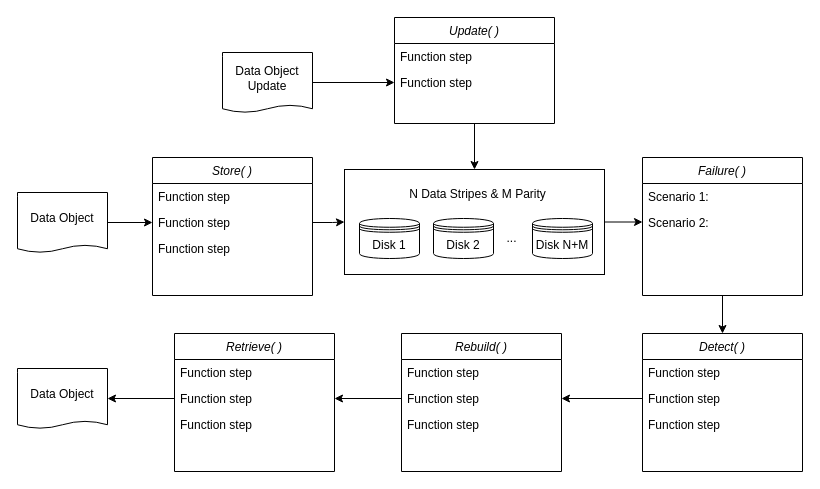
Above: flow.drawio in siyue-zhang/RAID6-CE7490 (draw.io), before the change. Source tidied: cells renumbered, new cells numbered last; positions are measured from the earlier drawing's top-left corner, leaving out a move shared by most shapes. Both pictures are drawn from the tidied source at 100%, with x=0, y=0 at pixel (17, 17).
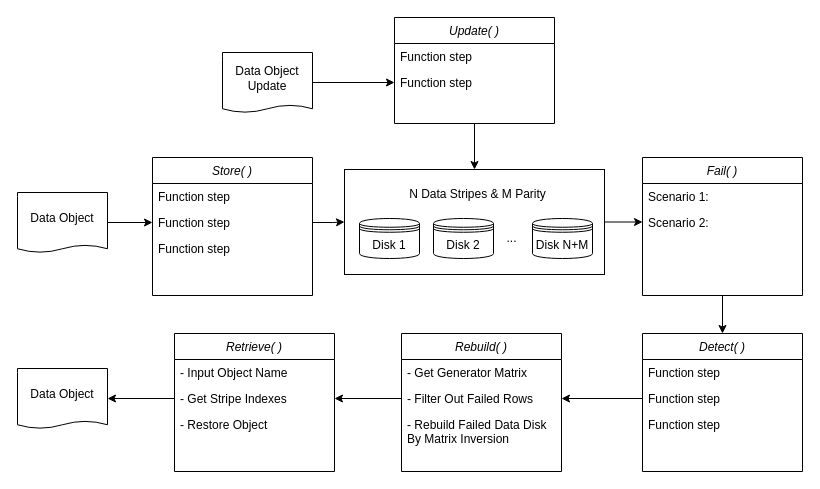
Above is the later version.

Unchanged cells that the change refers to:
```xml
<mxCell id="19" value="Rebuild( )" style="swimlane;fontStyle=2;align=center;verticalAlign=top;horizontal=1;startSize=26;rounded=0;shadow=0;strokeWidth=1;" parent="1" vertex="1">
  <mxGeometry x="384" y="316" width="160" height="138" as="geometry" />
</mxCell>
<mxCell id="29" value="Retrieve( )" style="swimlane;fontStyle=2;align=center;verticalAlign=top;horizontal=1;startSize=26;rounded=0;shadow=0;strokeWidth=1;" parent="1" vertex="1">
  <mxGeometry x="157" y="316" width="160" height="138" as="geometry" />
</mxCell>
```

Change to the diagram source:
```diff
@@
-    <mxCell id="16" value="Failure( )" style="swimlane;fontStyle=2;align=center;verticalAlign=top;horizontal=1;startSize=26;rounded=0;shadow=0;strokeWidth=1;" parent="1" vertex="1">
+    <mxCell id="16" value="Fail( )" style="swimlane;fontStyle=2;align=center;verticalAlign=top;horizontal=1;startSize=26;rounded=0;shadow=0;strokeWidth=1;" parent="1" vertex="1">
       <mxGeometry x="625" y="140" width="160" height="138" as="geometry" />
     </mxCell>
@@
-    <mxCell id="20" value="Function step" style="text;align=left;verticalAlign=top;spacingLeft=4;spacingRight=4;overflow=hidden;rounded=0;" parent="19" vertex="1">
+    <mxCell id="20" value="- Get Generator Matrix " style="text;align=left;verticalAlign=top;spacingLeft=4;spacingRight=4;overflow=hidden;rounded=0;" parent="19" vertex="1">
       <mxGeometry y="26" width="160" height="26" as="geometry" />
     </mxCell>
-    <mxCell id="21" value="Function step" style="text;align=left;verticalAlign=top;spacingLeft=4;spacingRight=4;overflow=hidden;points=[[0,0.5],[1,0.5]];portConstraint=eastwest;rounded=0;shadow=0;html=0;" parent="19" vertex="1">
+    <mxCell id="21" value="- Filter Out Failed Rows" style="text;align=left;verticalAlign=top;spacingLeft=4;spacingRight=4;overflow=hidden;points=[[0,0.5],[1,0.5]];portConstraint=eastwest;rounded=0;shadow=0;html=0;" parent="19" vertex="1">
       <mxGeometry y="52" width="160" height="26" as="geometry" />
     </mxCell>
-    <mxCell id="22" value="Function step" style="text;align=left;verticalAlign=top;spacingLeft=4;spacingRight=4;overflow=hidden;rounded=0;shadow=0;html=0;" parent="19" vertex="1">
-      <mxGeometry y="78" width="160" height="26" as="geometry" />
+    <mxCell id="22" value="- Rebuild Failed Data Disk By Matrix Inversion" style="text;align=left;verticalAlign=top;spacingLeft=4;spacingRight=4;overflow=hidden;rounded=0;shadow=0;whiteSpace=wrap;" parent="19" vertex="1">
+      <mxGeometry y="78" width="160" height="42" as="geometry" />
     </mxCell>
@@
-    <mxCell id="30" value="Function step" style="text;align=left;verticalAlign=top;spacingLeft=4;spacingRight=4;overflow=hidden;rounded=0;" parent="29" vertex="1">
+    <mxCell id="30" value="- Input Object Name" style="text;align=left;verticalAlign=top;spacingLeft=4;spacingRight=4;overflow=hidden;rounded=0;" parent="29" vertex="1">
       <mxGeometry y="26" width="160" height="26" as="geometry" />
     </mxCell>
-    <mxCell id="31" value="Function step" style="text;align=left;verticalAlign=top;spacingLeft=4;spacingRight=4;overflow=hidden;points=[[0,0.5],[1,0.5]];portConstraint=eastwest;rounded=0;shadow=0;html=0;" parent="29" vertex="1">
+    <mxCell id="31" value="- Get Stripe Indexes" style="text;align=left;verticalAlign=top;spacingLeft=4;spacingRight=4;overflow=hidden;points=[[0,0.5],[1,0.5]];portConstraint=eastwest;rounded=0;shadow=0;html=0;" parent="29" vertex="1">
       <mxGeometry y="52" width="160" height="26" as="geometry" />
     </mxCell>
-    <mxCell id="32" value="Function step" style="text;align=left;verticalAlign=top;spacingLeft=4;spacingRight=4;overflow=hidden;rounded=0;shadow=0;html=0;" parent="29" vertex="1">
+    <mxCell id="32" value="- Restore Object" style="text;align=left;verticalAlign=top;spacingLeft=4;spacingRight=4;overflow=hidden;rounded=0;shadow=0;html=0;" parent="29" vertex="1">
       <mxGeometry y="78" width="160" height="26" as="geometry" />
     </mxCell>
```
